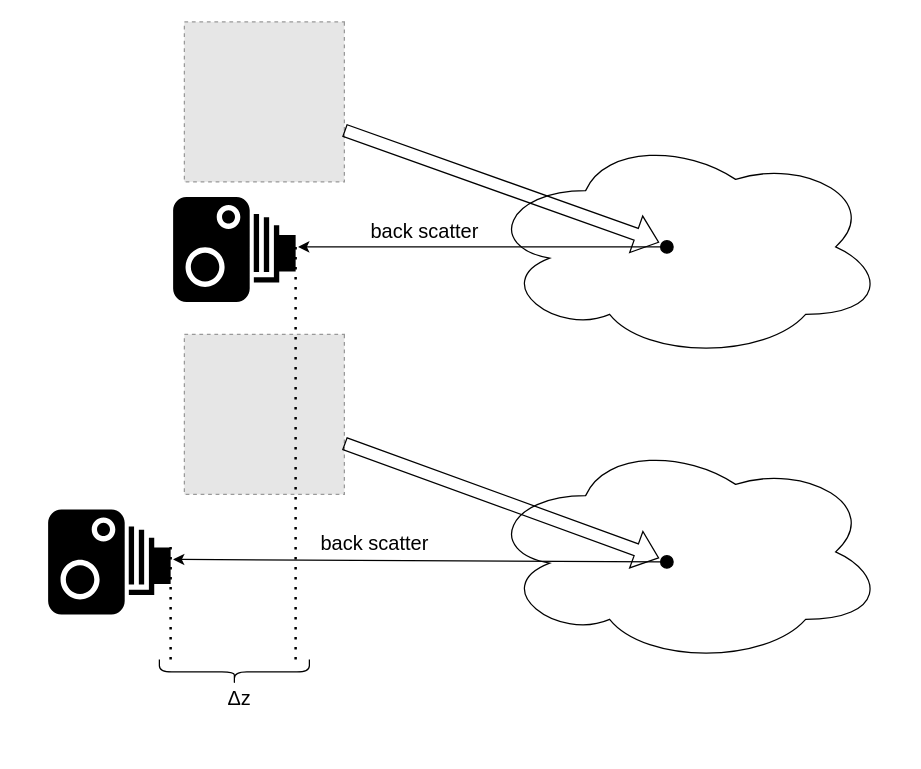
The draw.io diagram report/beam_attenuation_approach.drawio in itay-mal/water_turbidity_project, before the edit. Source tidied: cells renumbered, new cells numbered last; positions are measured from the earlier drawing's top-left corner, leaving out a move shared by most shapes. Both pictures are drawn from the tidied source at 125%, with x=0, y=0 at pixel (48, 21). Pictures stored in the file or linked from it are replaced by grey dashed boxes.
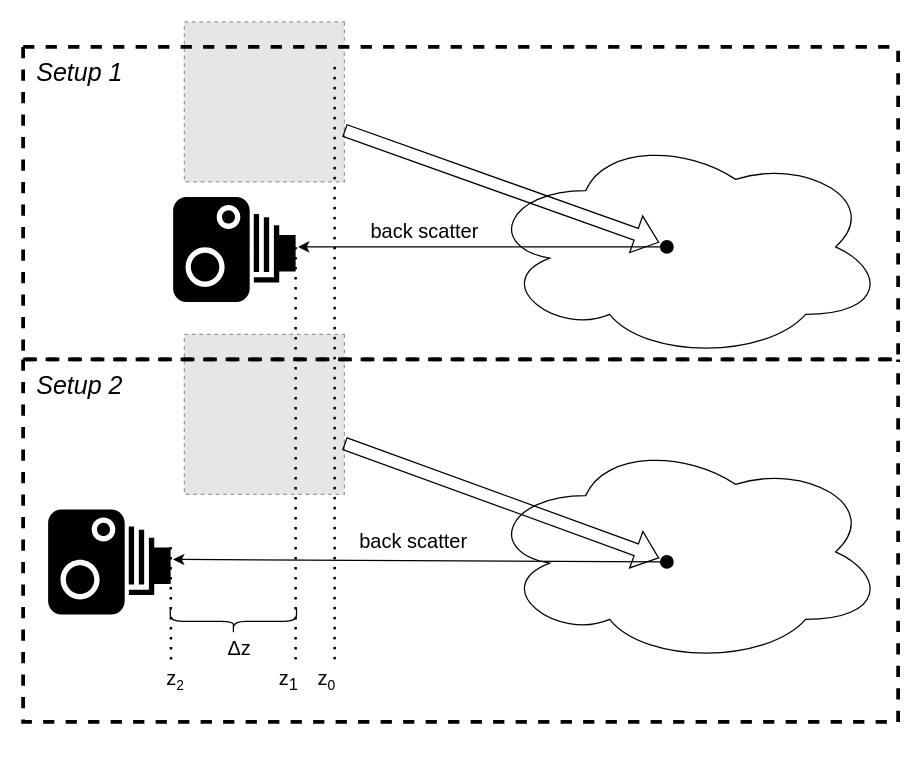
The same page after the edit.

The change refers to these unchanged cells:
```xml
<mxCell id="3" style="fillColor=#E6E6E6;strokeColor=#999999;dashed=1;html=1;verticalAlign=top;verticalLabelPosition=bottom;labelBackgroundColor=#ffffff;rotation=90;" parent="1" vertex="1">
  <mxGeometry x="109" width="128" height="128" as="geometry" />
</mxCell>
<mxCell id="13" style="endArrow=classic;html=1;rounded=0;exitX=0;exitY=0.5;exitDx=0;exitDy=0;" parent="1" edge="1" source="15">
  <mxGeometry relative="1" as="geometry">
    <mxPoint x="100" y="430" as="targetPoint" />
  </mxGeometry>
</mxCell>
```

The edit, as a diff of the source:
```diff
@@
     <mxCell id="14" value="&lt;font style=&quot;font-size: 16px&quot;&gt;back scatter&lt;/font&gt;" style="edgeLabel;html=1;align=center;verticalAlign=middle;rotation=0;" parent="13" vertex="1">
       <mxGeometry x="0.35" relative="1" as="geometry">
-        <mxPoint x="33" y="-14" as="offset" />
+        <mxPoint x="64" y="-16" as="offset" />
       </mxGeometry>
     </mxCell>
@@
-    <mxCell id="17" style="endArrow=none;dashed=1;html=1;dashPattern=1 3;strokeWidth=2;rounded=0;" parent="1" edge="1">
+    <mxCell id="17" style="endArrow=none;dashed=1;html=1;dashPattern=1 3;strokeWidth=2;rounded=0;exitX=0.169;exitY=0.828;exitDx=0;exitDy=0;exitPerimeter=0;" parent="1" edge="1" source="22">
       <mxGeometry relative="1" as="geometry">
-        <mxPoint x="98" y="510" as="sourcePoint" />
         <mxPoint x="98" y="420" as="targetPoint" />
       </mxGeometry>
     </mxCell>
+    <mxCell id="20" style="swimlane;startSize=0;dashed=1;strokeWidth=3;" parent="1" vertex="1">
+      <mxGeometry x="-20" y="20" width="700" height="250" as="geometry" />
+    </mxCell>
+    <mxCell id="21" value="&lt;span style=&quot;font-size: 20px;&quot;&gt;&lt;i&gt;Setup 1&lt;/i&gt;&lt;/span&gt;" style="text;html=1;align=center;verticalAlign=middle;strokeColor=none;fillColor=none;" parent="20" vertex="1">
+      <mxGeometry width="90" height="40" as="geometry" />
+    </mxCell>
+    <mxCell id="22" style="swimlane;startSize=0;dashed=1;strokeWidth=3;" parent="1" vertex="1">
+      <mxGeometry x="-20" y="270" width="700" height="290" as="geometry" />
+    </mxCell>
+    <mxCell id="23" value="&lt;span style=&quot;font-size: 20px;&quot;&gt;&lt;i&gt;Setup 2&lt;/i&gt;&lt;/span&gt;" style="text;html=1;align=center;verticalAlign=middle;strokeColor=none;fillColor=none;" parent="22" vertex="1">
+      <mxGeometry width="90" height="40" as="geometry" />
+    </mxCell>
-    <mxCell id="18" style="shape=curlyBracket;whiteSpace=wrap;html=1;rounded=1;flipH=1;fillColor=#000000;rotation=90;" parent="1" vertex="1">
-      <mxGeometry x="139" y="460" width="20" height="120" as="geometry" />
+    <mxCell id="18" style="shape=curlyBracket;whiteSpace=wrap;html=1;rounded=1;flipH=1;fillColor=#000000;rotation=90;" parent="22" vertex="1">
+      <mxGeometry x="158.2" y="159" width="20" height="101" as="geometry" />
     </mxCell>
-    <mxCell id="19" value="&lt;p class=&quot;MsoNormal&quot;&gt;&lt;span lang=&quot;EN-US&quot;&gt;&lt;font style=&quot;font-size: 16px&quot;&gt;Δz&lt;/font&gt;&lt;/span&gt;&lt;/p&gt;" style="text;html=1;strokeColor=none;fillColor=none;spacing=5;spacingTop=-20;whiteSpace=wrap;overflow=hidden;rounded=0;labelBackgroundColor=none;" parent="1" vertex="1">
-      <mxGeometry x="139" y="530" width="71" height="50" as="geometry" />
+    <mxCell id="19" value="&lt;p class=&quot;MsoNormal&quot;&gt;&lt;span lang=&quot;EN-US&quot;&gt;&lt;font style=&quot;font-size: 16px&quot;&gt;Δz&lt;/font&gt;&lt;/span&gt;&lt;/p&gt;" style="text;html=1;strokeColor=none;fillColor=none;spacing=5;spacingTop=-20;whiteSpace=wrap;overflow=hidden;rounded=0;labelBackgroundColor=none;" parent="22" vertex="1">
+      <mxGeometry x="158.8" y="219.5" width="31.2" height="20.5" as="geometry" />
     </mxCell>
+    <mxCell id="24" value="&lt;p class=&quot;MsoNormal&quot;&gt;&lt;span lang=&quot;EN-US&quot;&gt;&lt;font style=&quot;font-size: 16px&quot;&gt;z&lt;sub&gt;1&lt;/sub&gt;&lt;/font&gt;&lt;/span&gt;&lt;/p&gt;" style="text;html=1;strokeColor=none;fillColor=none;spacing=5;spacingTop=-20;whiteSpace=wrap;overflow=hidden;rounded=0;labelBackgroundColor=none;" parent="22" vertex="1">
+      <mxGeometry x="200" y="244" width="31.2" height="20.5" as="geometry" />
+    </mxCell>
+    <mxCell id="25" value="&lt;p class=&quot;MsoNormal&quot;&gt;&lt;span lang=&quot;EN-US&quot;&gt;&lt;font style=&quot;font-size: 16px&quot;&gt;z&lt;/font&gt;&lt;font style=&quot;font-size: 13.3333px;&quot;&gt;&lt;sub&gt;2&lt;/sub&gt;&lt;/font&gt;&lt;/span&gt;&lt;/p&gt;" style="text;html=1;strokeColor=none;fillColor=none;spacing=5;spacingTop=-20;whiteSpace=wrap;overflow=hidden;rounded=0;labelBackgroundColor=none;" parent="22" vertex="1">
+      <mxGeometry x="110" y="244" width="31.2" height="20.5" as="geometry" />
+    </mxCell>
+    <mxCell id="26" style="endArrow=none;dashed=1;html=1;dashPattern=1 3;strokeWidth=2;rounded=0;entryX=0.234;entryY=0.061;entryDx=0;entryDy=0;entryPerimeter=0;" parent="22" edge="1" target="3">
+      <mxGeometry relative="1" as="geometry">
+        <mxPoint x="249.2" y="240" as="sourcePoint" />
+      </mxGeometry>
+    </mxCell>
+    <mxCell id="27" value="&lt;p class=&quot;MsoNormal&quot;&gt;&lt;span lang=&quot;EN-US&quot;&gt;&lt;font style=&quot;font-size: 16px&quot;&gt;z&lt;/font&gt;&lt;font style=&quot;font-size: 13.3333px;&quot;&gt;&lt;sub&gt;0&lt;/sub&gt;&lt;/font&gt;&lt;/span&gt;&lt;/p&gt;" style="text;html=1;strokeColor=none;fillColor=none;spacing=5;spacingTop=-20;whiteSpace=wrap;overflow=hidden;rounded=0;labelBackgroundColor=none;" parent="22" vertex="1">
+      <mxGeometry x="231.2" y="244" width="31.2" height="20.5" as="geometry" />
+    </mxCell>
```
